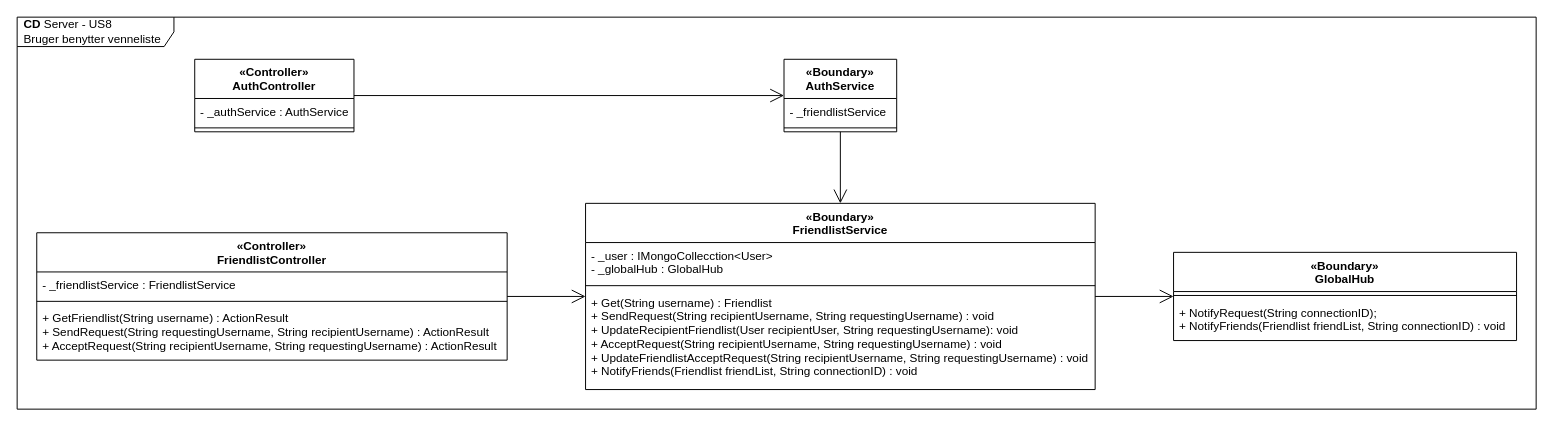
Earlier version of the draw.io diagram page "CD-Server" (3 of 3) of diagrams/arkitektur/US8_friendslist.drawio (Macradon/I7BAC-PlugNPlay). Source tidied: cells renumbered, new cells numbered last; positions are measured from the earlier drawing's top-left corner, leaving out a move shared by most shapes. Both pictures are drawn from the tidied source at 98%, with x=0, y=0 at pixel (17, 17).
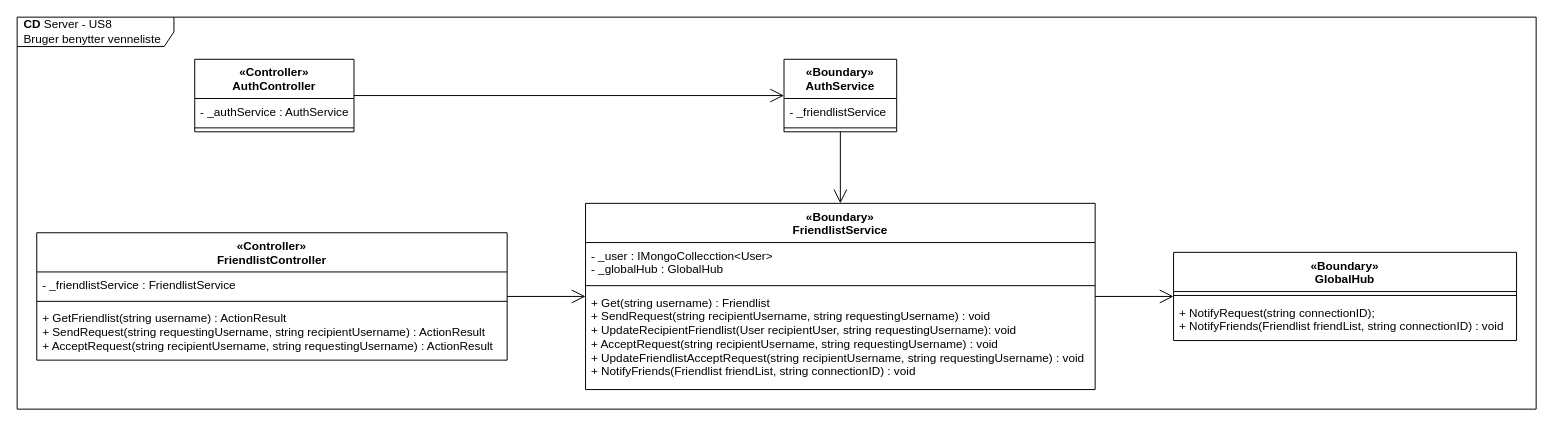
After the change.

Commit message (it also covers changes not shown here):
Updated CD with lower case string

Unchanged cells that the change refers to:
```xml
<mxCell id="11" value="«Boundary»&#10;GlobalHub" style="swimlane;fontStyle=1;align=center;verticalAlign=top;horizontal=1;startSize=40;" parent="1" vertex="1">
  <mxGeometry x="1180" y="240" width="350" height="90" as="geometry" />
</mxCell>
<mxCell id="15" value="«Controller»&#10;FriendlistController" style="swimlane;fontStyle=1;align=center;verticalAlign=top;horizontal=1;startSize=40;" parent="1" vertex="1">
  <mxGeometry x="20" y="220" width="480" height="130" as="geometry" />
</mxCell>
<mxCell id="20" value="«Boundary»&#10;FriendlistService" style="swimlane;fontStyle=1;align=center;verticalAlign=top;horizontal=1;startSize=40;" parent="1" vertex="1">
  <mxGeometry x="580" y="190" width="520" height="190" as="geometry" />
</mxCell>
```

The edit, as a diff of the source:
```diff
@@
-    <mxCell id="13" value="+ NotifyRequest(String connectionID);&#10;+ NotifyFriends(Friendlist friendList, String connectionID) : void" style="text;strokeColor=none;fillColor=none;align=left;verticalAlign=top;spacingLeft=4;spacingRight=4;overflow=hidden;" parent="11" vertex="1">
+    <mxCell id="13" value="+ NotifyRequest(string connectionID);&#10;+ NotifyFriends(Friendlist friendList, string connectionID) : void" style="text;strokeColor=none;fillColor=none;align=left;verticalAlign=top;spacingLeft=4;spacingRight=4;overflow=hidden;" parent="11" vertex="1">
       <mxGeometry y="48" width="350" height="42" as="geometry" />
     </mxCell>
@@
-    <mxCell id="18" value="+ GetFriendlist(String username) : ActionResult&#10;+ SendRequest(String requestingUsername, String recipientUsername) : ActionResult&#10;+ AcceptRequest(String recipientUsername, String requestingUsername) : ActionResult" style="text;strokeColor=none;fillColor=none;align=left;verticalAlign=top;spacingLeft=4;spacingRight=4;overflow=hidden;" parent="15" vertex="1">
+    <mxCell id="18" value="+ GetFriendlist(string username) : ActionResult&#10;+ SendRequest(string requestingUsername, string recipientUsername) : ActionResult&#10;+ AcceptRequest(string recipientUsername, string requestingUsername) : ActionResult" style="text;strokeColor=none;fillColor=none;align=left;verticalAlign=top;spacingLeft=4;spacingRight=4;overflow=hidden;" parent="15" vertex="1">
       <mxGeometry y="74" width="480" height="56" as="geometry" />
     </mxCell>
@@
-    <mxCell id="23" value="+ Get(String username) : Friendlist&#10;+ SendRequest(String recipientUsername, String requestingUsername) : void&#10;+ UpdateRecipientFriendlist(User recipientUser, String requestingUsername): void&#10;+ AcceptRequest(String recipientUsername, String requestingUsername) : void&#10;+ UpdateFriendlistAcceptRequest(String recipientUsername, String requestingUsername) : void&#10;+ NotifyFriends(Friendlist friendList, String connectionID) : void" style="text;strokeColor=none;fillColor=none;align=left;verticalAlign=top;spacingLeft=4;spacingRight=4;overflow=hidden;" parent="20" vertex="1">
+    <mxCell id="23" value="+ Get(string username) : Friendlist&#10;+ SendRequest(string recipientUsername, string requestingUsername) : void&#10;+ UpdateRecipientFriendlist(User recipientUser, string requestingUsername): void&#10;+ AcceptRequest(string recipientUsername, string requestingUsername) : void&#10;+ UpdateFriendlistAcceptRequest(string recipientUsername, string requestingUsername) : void&#10;+ NotifyFriends(Friendlist friendList, string connectionID) : void" style="text;strokeColor=none;fillColor=none;align=left;verticalAlign=top;spacingLeft=4;spacingRight=4;overflow=hidden;" parent="20" vertex="1">
       <mxGeometry y="88" width="520" height="102" as="geometry" />
     </mxCell>
```
